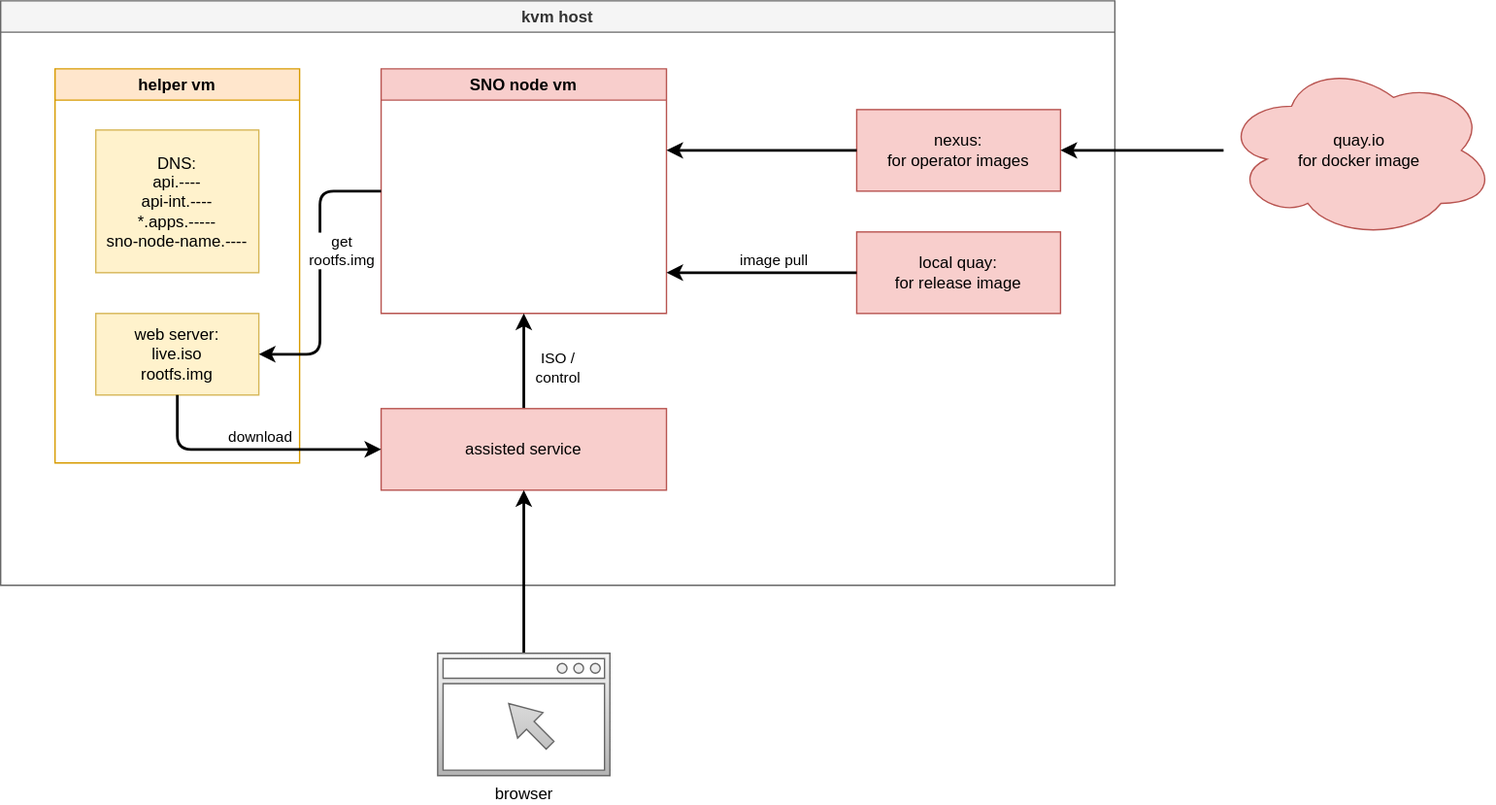
Before: redhat/ocp4/4.9/dia/4.9.ais.disconnected.static.ip.mini.iso.drawio.svg, a diagram exported from draw.io (wangzheng422/docker_env). Source tidied: cells renumbered, new cells last; positions are measured from the earlier drawing's top-left corner, leaving out a move shared by most shapes.
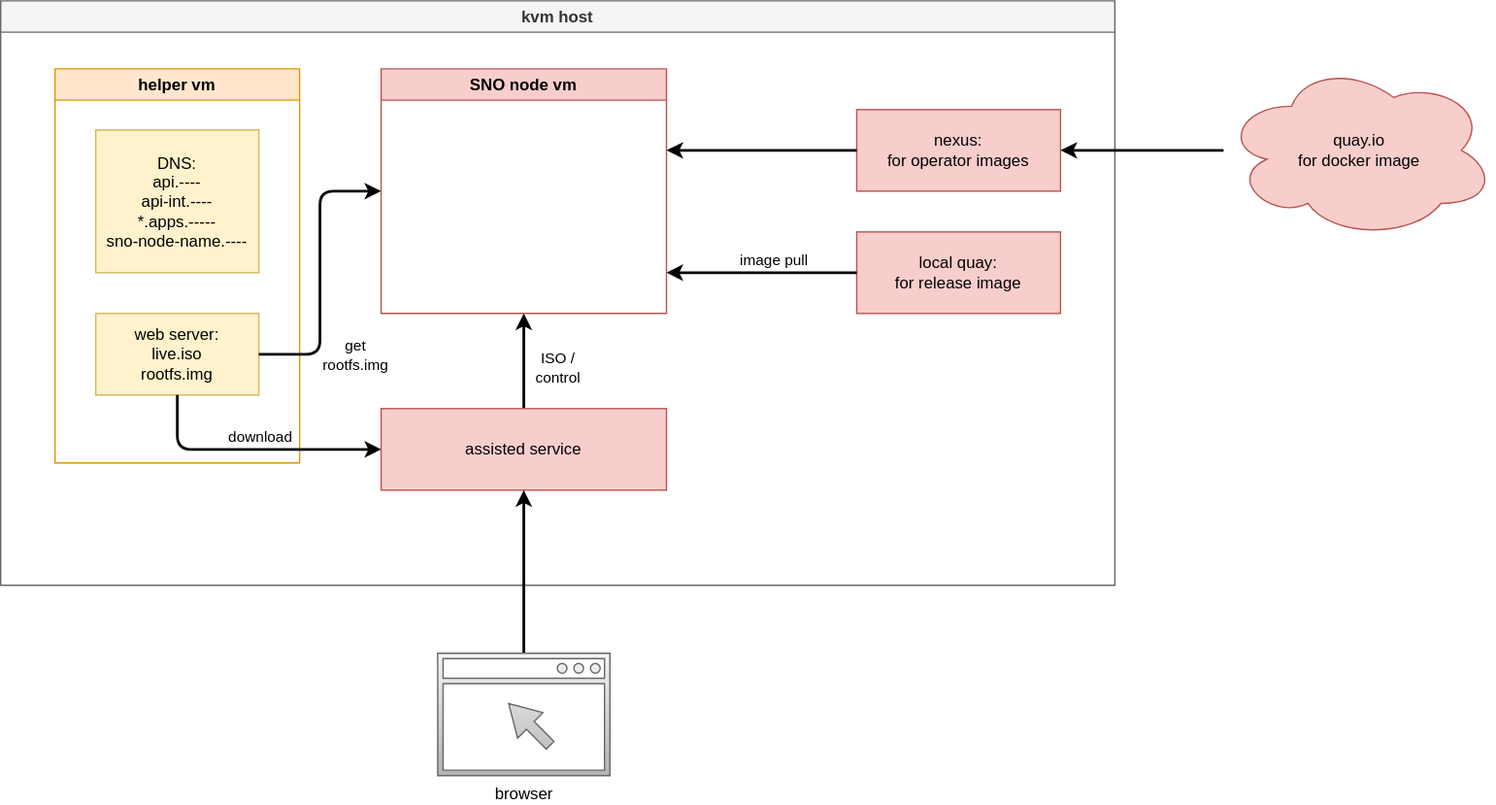
The same diagram one commit later.

What changed in the source:
```diff
@@ -47,12 +47,12 @@
     <mxCell id="14" value="nexus:&lt;br&gt;for operator images" style="rounded=0;whiteSpace=wrap;html=1;fillColor=#f8cecc;strokeColor=#b85450;" parent="2" vertex="1">
       <mxGeometry x="630" y="80" width="150" height="60" as="geometry" />
     </mxCell>
-    <mxCell id="15" style="edgeStyle=orthogonalEdgeStyle;html=1;entryX=1;entryY=0.5;entryDx=0;entryDy=0;strokeWidth=2;exitX=0;exitY=0.5;exitDx=0;exitDy=0;" parent="2" edge="1" source="6" target="5">
+    <mxCell id="15" style="edgeStyle=orthogonalEdgeStyle;html=1;entryX=0;entryY=0.5;entryDx=0;entryDy=0;strokeWidth=2;exitX=1;exitY=0.5;exitDx=0;exitDy=0;" parent="2" edge="1" source="5" target="6">
       <mxGeometry relative="1" as="geometry" />
     </mxCell>
     <mxCell id="16" value="get &lt;br&gt;rootfs.img" style="edgeLabel;html=1;align=center;verticalAlign=middle;labelBackgroundColor=#FFFFFF;labelBorderColor=none;" parent="15" vertex="1">
       <mxGeometry x="-0.03" y="-3" relative="1" as="geometry">
-        <mxPoint x="18" y="-13" as="offset" />
+        <mxPoint x="22" y="56" as="offset" />
       </mxGeometry>
     </mxCell>
     <mxCell id="17" style="edgeStyle=none;html=1;entryX=0.5;entryY=1;entryDx=0;entryDy=0;strokeWidth=2;" parent="1" edge="1" source="18" target="8">
```
